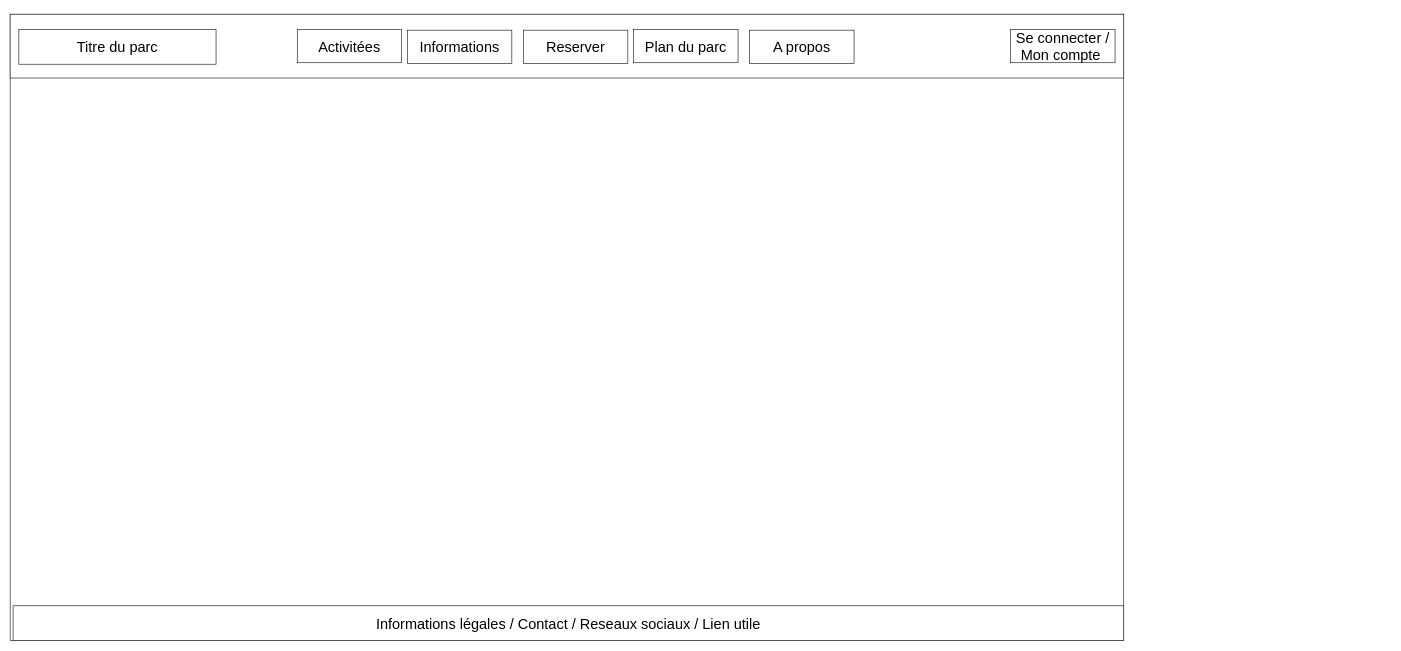
Before: page "Activitées" (7 of 9) of doc/wireframe_desktop.drawio in SeguierJonathan/ZombieLand, a draw.io diagram. Source tidied: cells renumbered, new cells numbered last; positions are measured from the earlier drawing's top-left corner, leaving out a move shared by most shapes. Both pictures are drawn from the tidied source at 58%, with x=0, y=0 at pixel (10, 14).
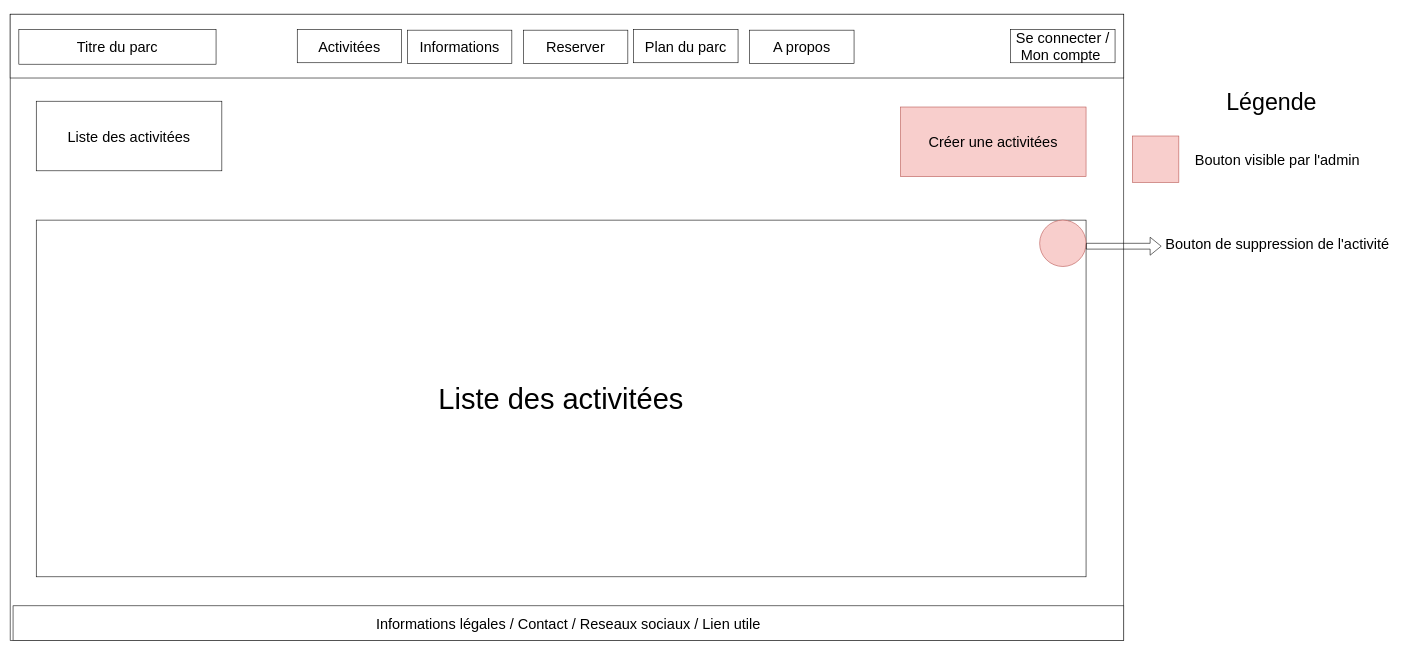
After the change.

Diff of the diagram source:
```diff
@@
+    <mxCell id="13" value="&lt;font style=&quot;font-size: 25px;&quot;&gt;Liste des activitées&lt;/font&gt;" style="rounded=0;whiteSpace=wrap;html=1;" parent="1" vertex="1">
+      <mxGeometry x="45" y="150" width="320" height="120" as="geometry" />
+    </mxCell>
+    <mxCell id="14" value="&lt;font style=&quot;font-size: 25px;&quot;&gt;Créer une activitées&lt;/font&gt;" style="rounded=0;whiteSpace=wrap;html=1;fillColor=#f8cecc;strokeColor=#b85450;" parent="1" vertex="1">
+      <mxGeometry x="1535" y="160" width="320" height="120" as="geometry" />
+    </mxCell>
+    <mxCell id="15" style="whiteSpace=wrap;html=1;fillColor=#f8cecc;strokeColor=#b85450;" parent="1" vertex="1">
+      <mxGeometry x="1935" y="210" width="80" height="80" as="geometry" />
+    </mxCell>
+    <mxCell id="16" value="&lt;font style=&quot;font-size: 25px;&quot;&gt;Bouton visible par l'admin&lt;/font&gt;" style="text;html=1;align=center;verticalAlign=middle;whiteSpace=wrap;rounded=0;" parent="1" vertex="1">
+      <mxGeometry x="2035" y="235" width="300" height="30" as="geometry" />
+    </mxCell>
+    <mxCell id="17" value="&lt;font style=&quot;font-size: 40px;&quot;&gt;Légende&lt;/font&gt;" style="text;html=1;align=center;verticalAlign=middle;whiteSpace=wrap;rounded=0;" parent="1" vertex="1">
+      <mxGeometry x="2015" y="110" width="320" height="80" as="geometry" />
+    </mxCell>
+    <mxCell id="18" value="&lt;font style=&quot;font-size: 50px;&quot;&gt;Liste des activitées&lt;/font&gt;" style="rounded=0;whiteSpace=wrap;html=1;" parent="1" vertex="1">
+      <mxGeometry x="45" y="355" width="1810" height="615" as="geometry" />
+    </mxCell>
+    <mxCell id="19" style="ellipse;whiteSpace=wrap;html=1;fillColor=#f8cecc;strokeColor=#b85450;" parent="1" vertex="1">
+      <mxGeometry x="1775" y="355" width="80" height="80" as="geometry" />
+    </mxCell>
+    <mxCell id="20" style="shape=flexArrow;endArrow=classic;html=1;" parent="1" edge="1">
+      <mxGeometry relative="1" as="geometry">
+        <mxPoint x="1855" y="400" as="sourcePoint" />
+        <mxPoint x="1985" y="400" as="targetPoint" />
+      </mxGeometry>
+    </mxCell>
+    <mxCell id="21" value="&lt;font style=&quot;font-size: 25px;&quot;&gt;Bouton de suppression de l'activité&lt;/font&gt;" style="text;html=1;align=center;verticalAlign=middle;whiteSpace=wrap;rounded=0;" parent="1" vertex="1">
+      <mxGeometry x="1989" y="370" width="392" height="50" as="geometry" />
+    </mxCell>
```
